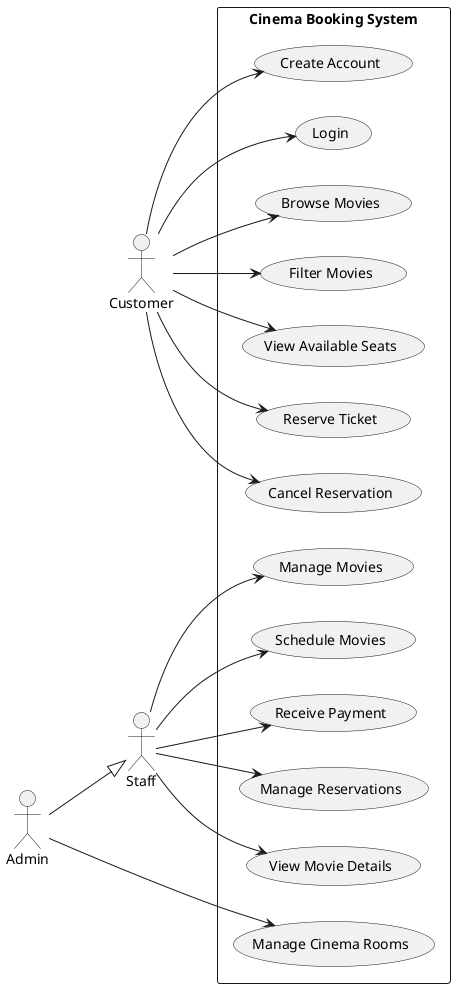
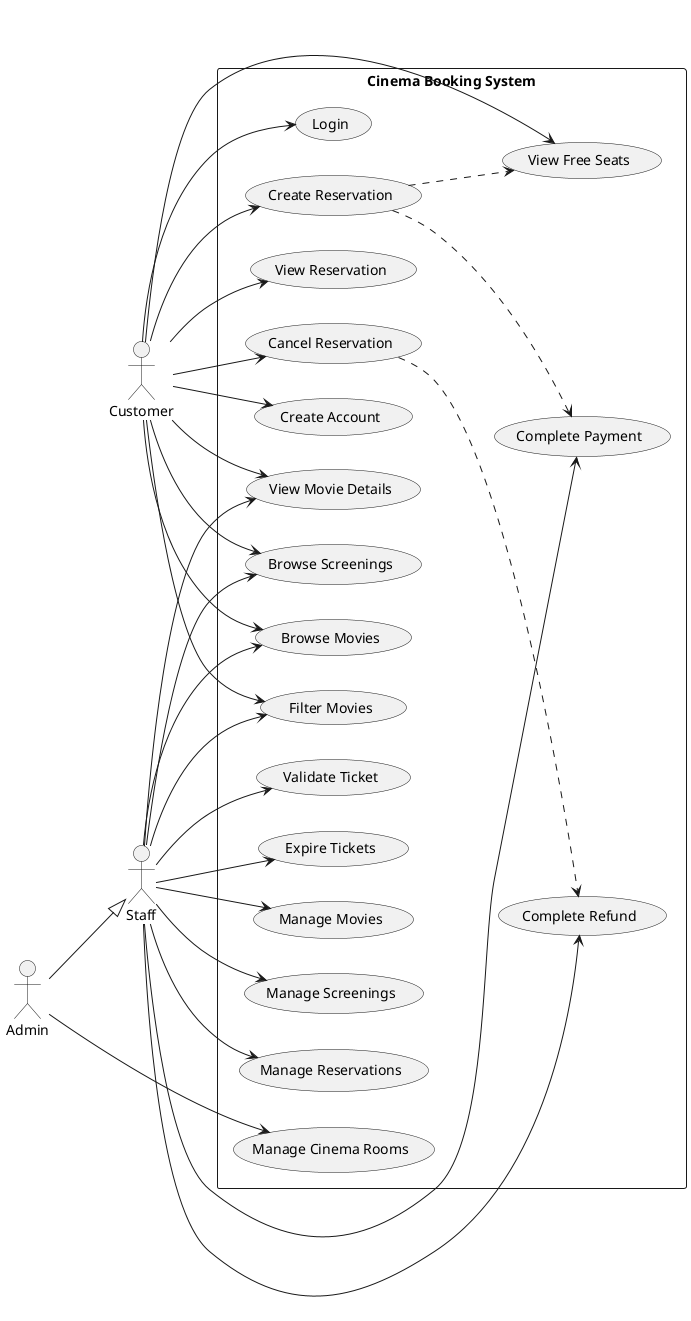
@startuml
left to right direction

actor "Customer" as customer
actor "Staff" as staff
actor "Admin" as admin

admin --|> staff

rectangle "Cinema Booking System" {
  usecase "Create Account" as UC1
  usecase "Login" as UC2
  usecase "Browse Movies" as UC3
  usecase "Filter Movies" as UC4
-   usecase "View Available Seats" as UC5
-   usecase "Reserve Ticket" as UC6
-   usecase "Cancel Reservation" as UC7
+   usecase "View Movie Details" as UC5
+   usecase "Browse Screenings" as UC6
+   usecase "View Free Seats" as UC7
+   usecase "Create Reservation" as UC8
+   usecase "View Reservation" as UC9
+   usecase "Cancel Reservation" as UC10

-   usecase "Manage Movies" as UC8
-   usecase "Schedule Movies" as UC9
-   usecase "Receive Payment" as UC10
-   usecase "Manage Reservations" as UC11
-   usecase "View Movie Details" as UC12
+   usecase "Manage Movies" as UC11
+   usecase "Manage Screenings" as UC12
+   usecase "Manage Reservations" as UC13
+   usecase "Complete Payment" as UC14
+   usecase "Complete Refund" as UC15
+   usecase "Validate Ticket" as UC16
+   usecase "Expire Tickets" as UC17

-   usecase "Manage Cinema Rooms" as UC13
+   usecase "Manage Cinema Rooms" as UC18
}

customer --> UC1
customer --> UC2
customer --> UC3
customer --> UC4
customer --> UC5
customer --> UC6
customer --> UC7
+ customer --> UC8
+ customer --> UC9
+ customer --> UC10

- staff --> UC8
- staff --> UC9
- staff --> UC10
+ staff --> UC3
+ staff --> UC4
+ staff --> UC5
+ staff --> UC6
staff --> UC11
staff --> UC12
+ staff --> UC13
+ staff --> UC14
+ staff --> UC15
+ staff --> UC16
+ staff --> UC17

- admin --> UC13
+ admin --> UC18

- @enduml+ UC8 ..> UC7
+ UC8 ..> UC14
+ UC10 ..> UC15
+ 
+ @enduml
